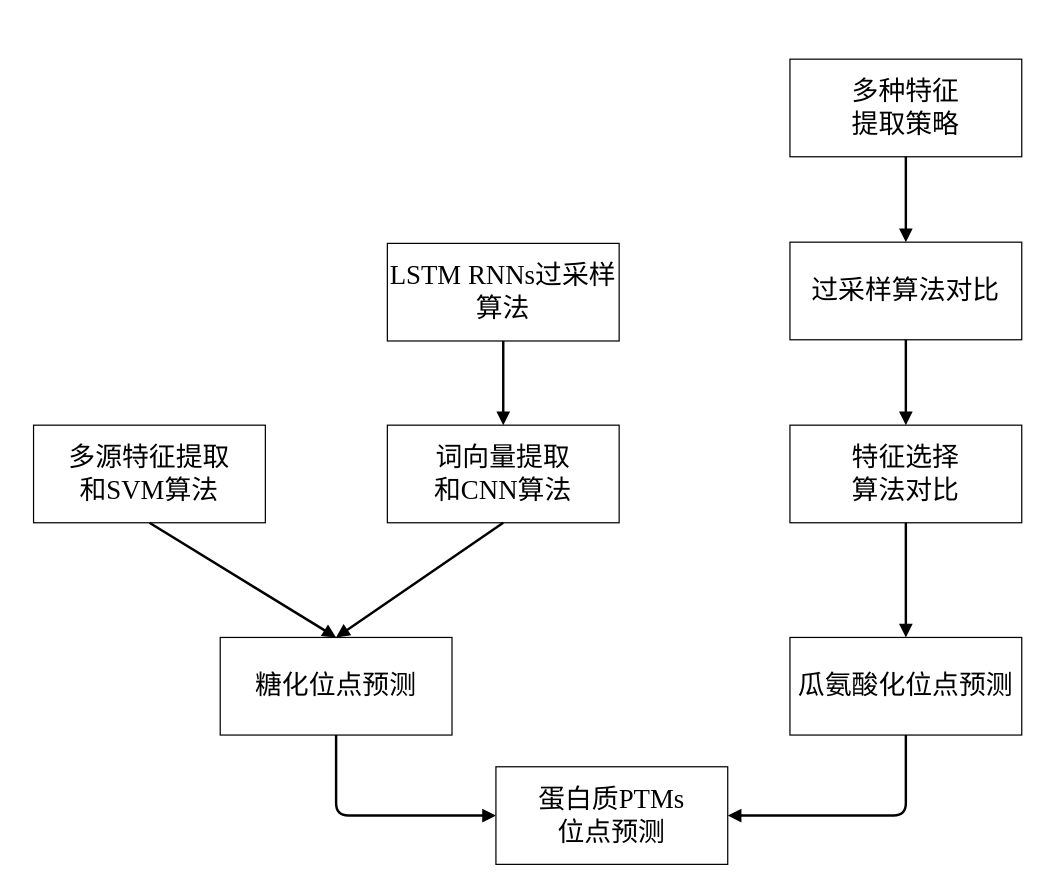
Earlier version of the draw.io diagram page "Page-4" (4 of 4) of Untitled Diagram.drawio (chenjgui/Flow-chat). Source tidied: cells renumbered, new cells numbered last; positions are measured from the earlier drawing's top-left corner, leaving out a move shared by most shapes. Both pictures are drawn from the tidied source at 122%, with x=0, y=0 at pixel (33, 59).
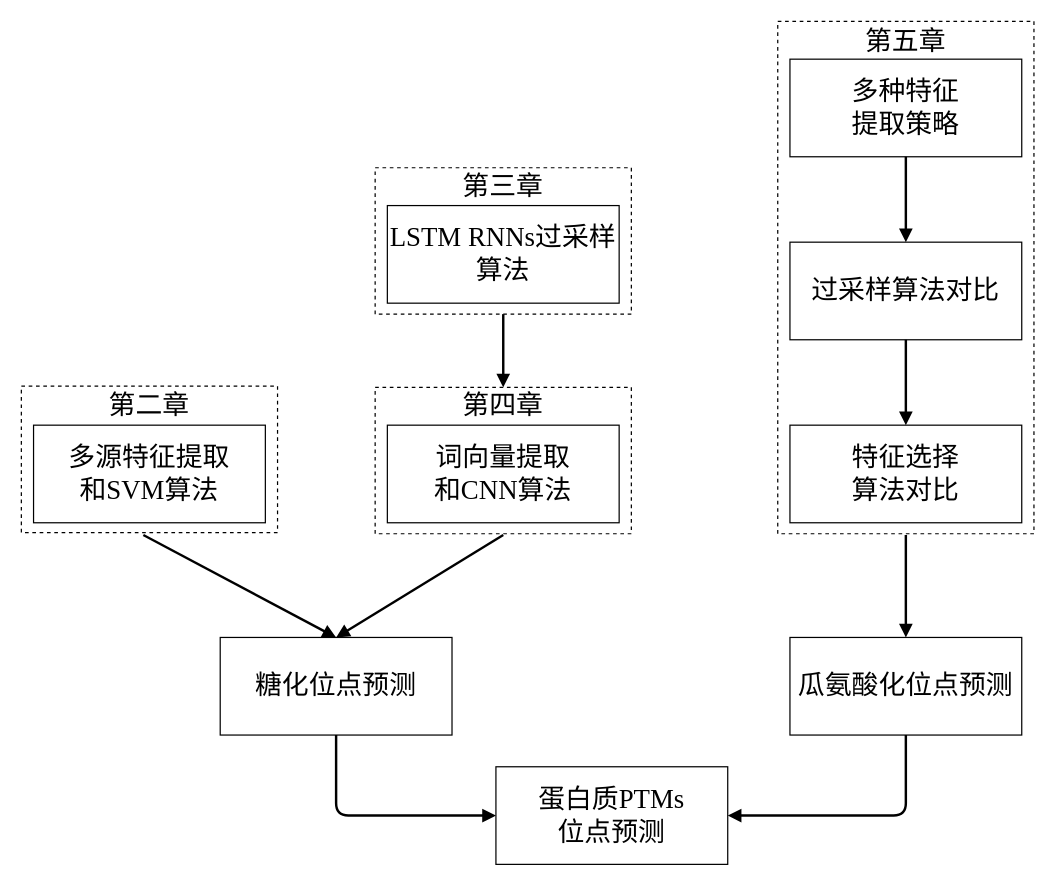
The same page after the edit.

The change refers to these unchanged cells:
```xml
<mxCell id="2" value="&lt;font style=&quot;font-size: 22px; font-weight: normal;&quot; face=&quot;宋体&quot;&gt;多源特征提取&lt;br style=&quot;font-size: 22px;&quot;&gt;和&lt;/font&gt;&lt;font style=&quot;font-size: 22px; font-weight: normal;&quot; face=&quot;Times New Roman&quot;&gt;SVM&lt;/font&gt;&lt;font style=&quot;font-size: 22px; font-weight: normal;&quot; face=&quot;宋体&quot;&gt;算法&lt;/font&gt;" style="rounded=0;whiteSpace=wrap;html=1;fillColor=none;strokeColor=#000000;strokeWidth=1;fontStyle=1;fontFamily=黑体;fontSize=22;" parent="1" vertex="1">
  <mxGeometry y="300" width="190" height="80" as="geometry" />
</mxCell>
<mxCell id="4" value="&lt;span style=&quot;font-size: 22px; font-weight: 400;&quot;&gt;&lt;font face=&quot;宋体&quot; style=&quot;font-size: 22px;&quot;&gt;词向量提取&lt;br style=&quot;font-size: 22px;&quot;&gt;和&lt;/font&gt;&lt;font face=&quot;Times New Roman&quot; style=&quot;font-size: 22px;&quot;&gt;CNN&lt;/font&gt;&lt;font face=&quot;宋体&quot; style=&quot;font-size: 22px;&quot;&gt;算法&lt;/font&gt;&lt;/span&gt;" style="rounded=0;whiteSpace=wrap;html=1;fillColor=none;strokeColor=#000000;strokeWidth=1;fontStyle=1;fontFamily=黑体;fontSize=22;" parent="1" vertex="1">
  <mxGeometry x="290" y="300" width="190" height="80" as="geometry" />
</mxCell>
<mxCell id="7" value="&lt;font face=&quot;宋体&quot; style=&quot;font-size: 22px&quot;&gt;&lt;span style=&quot;font-size: 22px ; font-weight: 400&quot;&gt;特征选择&lt;br style=&quot;font-size: 22px&quot;&gt;算法对比&lt;/span&gt;&lt;/font&gt;" style="rounded=0;whiteSpace=wrap;html=1;fillColor=none;strokeColor=#000000;strokeWidth=1;fontStyle=1;fontFamily=黑体;fontSize=22;" parent="1" vertex="1">
  <mxGeometry x="620" y="300" width="190" height="80" as="geometry" />
</mxCell>
<mxCell id="10" value="&lt;font face=&quot;宋体&quot; style=&quot;font-size: 22px;&quot;&gt;&lt;span style=&quot;font-size: 22px; font-weight: 400;&quot;&gt;糖化位点预测&lt;/span&gt;&lt;/font&gt;" style="rounded=0;whiteSpace=wrap;html=1;fillColor=none;strokeColor=#000000;strokeWidth=1;fontStyle=1;fontFamily=黑体;fontSize=22;" parent="1" vertex="1">
  <mxGeometry x="153" y="474" width="190" height="80" as="geometry" />
</mxCell>
<mxCell id="14" value="&lt;font face=&quot;宋体&quot; style=&quot;font-size: 22px&quot;&gt;&lt;span style=&quot;font-size: 22px ; font-weight: 400&quot;&gt;瓜氨酸化位点预测&lt;/span&gt;&lt;/font&gt;" style="rounded=0;whiteSpace=wrap;html=1;fillColor=none;strokeColor=#000000;strokeWidth=1;fontStyle=1;fontFamily=黑体;fontSize=22;" parent="1" vertex="1">
  <mxGeometry x="620" y="474" width="190" height="80" as="geometry" />
</mxCell>
```

Diff of the diagram source:
```diff
@@
     <mxCell id="3" value="&lt;span style=&quot;font-size: 22px; font-weight: 400;&quot;&gt;&lt;font face=&quot;Times New Roman&quot; style=&quot;font-size: 22px;&quot;&gt;LSTM RNNs&lt;/font&gt;&lt;font face=&quot;宋体&quot; style=&quot;font-size: 22px;&quot;&gt;过采样算法&lt;/font&gt;&lt;/span&gt;" style="rounded=0;whiteSpace=wrap;html=1;fillColor=none;strokeColor=#000000;strokeWidth=1;fontStyle=1;fontFamily=黑体;fontSize=22;" parent="1" vertex="1">
-      <mxGeometry x="290" y="151" width="190" height="80" as="geometry" />
+      <mxGeometry x="290" y="120" width="190" height="80" as="geometry" />
     </mxCell>
@@
-    <mxCell id="8" style="endArrow=block;html=1;exitX=0.5;exitY=1;exitDx=0;exitDy=0;entryX=0.5;entryY=0;entryDx=0;entryDy=0;strokeWidth=2;endFill=1;fontSize=22;" parent="1" edge="1" source="3" target="4">
-      <mxGeometry relative="1" as="geometry" />
+    <mxCell id="8" style="endArrow=block;html=1;entryX=0.5;entryY=0;entryDx=0;entryDy=0;strokeWidth=2;endFill=1;fontSize=22;" parent="1" edge="1">
+      <mxGeometry relative="1" as="geometry">
+        <mxPoint x="385" y="209" as="sourcePoint" />
+        <mxPoint x="385" y="269" as="targetPoint" />
+      </mxGeometry>
     </mxCell>
-    <mxCell id="9" style="endArrow=block;html=1;exitX=0.5;exitY=1;exitDx=0;exitDy=0;strokeWidth=2;endFill=1;entryX=0.5;entryY=0;entryDx=0;entryDy=0;fontSize=22;" parent="1" edge="1" source="2" target="10">
-      <mxGeometry relative="1" as="geometry" />
+    <mxCell id="9" style="endArrow=block;html=1;strokeWidth=2;endFill=1;entryX=0.5;entryY=0;entryDx=0;entryDy=0;fontSize=22;" parent="1" edge="1" target="10">
+      <mxGeometry relative="1" as="geometry">
+        <mxPoint x="90" y="390" as="sourcePoint" />
+      </mxGeometry>
     </mxCell>
@@
-    <mxCell id="11" style="endArrow=block;html=1;exitX=0.5;exitY=1;exitDx=0;exitDy=0;entryX=0.5;entryY=0;entryDx=0;entryDy=0;strokeWidth=2;endFill=1;fontSize=22;" parent="1" edge="1" source="4" target="10">
-      <mxGeometry relative="1" as="geometry" />
+    <mxCell id="11" style="endArrow=block;html=1;entryX=0.5;entryY=0;entryDx=0;entryDy=0;strokeWidth=2;endFill=1;fontSize=22;" parent="1" edge="1" target="10">
+      <mxGeometry relative="1" as="geometry">
+        <mxPoint x="385" y="390" as="sourcePoint" />
+      </mxGeometry>
     </mxCell>
@@
-    <mxCell id="15" style="endArrow=block;html=1;exitX=0.5;exitY=1;exitDx=0;exitDy=0;entryX=0.5;entryY=0;entryDx=0;entryDy=0;strokeWidth=2;endFill=1;fontSize=22;" parent="1" edge="1" source="7" target="14">
-      <mxGeometry relative="1" as="geometry" />
+    <mxCell id="15" style="endArrow=block;html=1;entryX=0.5;entryY=0;entryDx=0;entryDy=0;strokeWidth=2;endFill=1;fontSize=22;" parent="1" edge="1" target="14">
+      <mxGeometry relative="1" as="geometry">
+        <mxPoint x="715" y="390" as="sourcePoint" />
+      </mxGeometry>
     </mxCell>
@@
+    <mxCell id="19" style="endArrow=none;html=1;rounded=0;dashed=1;" parent="1" edge="1">
+      <mxGeometry relative="1" as="geometry">
+        <mxPoint x="200" y="388" as="sourcePoint" />
+        <mxPoint x="200" y="388" as="targetPoint" />
+        <Array as="points">
+          <mxPoint x="-10" y="388" />
+          <mxPoint x="-10" y="268" />
+          <mxPoint x="200" y="268" />
+        </Array>
+      </mxGeometry>
+    </mxCell>
+    <mxCell id="20" value="&lt;font face=&quot;宋体&quot; style=&quot;font-size: 22px&quot;&gt;第二章&lt;/font&gt;" style="text;html=1;strokeColor=none;fillColor=none;align=center;verticalAlign=middle;whiteSpace=wrap;rounded=0;" parent="1" vertex="1">
+      <mxGeometry x="60" y="269" width="70" height="30" as="geometry" />
+    </mxCell>
+    <mxCell id="21" style="endArrow=none;html=1;rounded=0;dashed=1;" parent="1" edge="1">
+      <mxGeometry relative="1" as="geometry">
+        <mxPoint x="490" y="209" as="sourcePoint" />
+        <mxPoint x="490" y="209" as="targetPoint" />
+        <Array as="points">
+          <mxPoint x="280" y="209" />
+          <mxPoint x="280" y="89" />
+          <mxPoint x="490" y="89" />
+        </Array>
+      </mxGeometry>
+    </mxCell>
+    <mxCell id="22" value="&lt;font face=&quot;宋体&quot; style=&quot;font-size: 22px&quot;&gt;第三章&lt;/font&gt;" style="text;html=1;strokeColor=none;fillColor=none;align=center;verticalAlign=middle;whiteSpace=wrap;rounded=0;" parent="1" vertex="1">
+      <mxGeometry x="350" y="90" width="70" height="30" as="geometry" />
+    </mxCell>
+    <mxCell id="23" style="endArrow=none;html=1;rounded=0;dashed=1;" parent="1" edge="1">
+      <mxGeometry relative="1" as="geometry">
+        <mxPoint x="490" y="389" as="sourcePoint" />
+        <mxPoint x="490" y="389" as="targetPoint" />
+        <Array as="points">
+          <mxPoint x="280" y="389" />
+          <mxPoint x="280" y="269" />
+          <mxPoint x="490" y="269" />
+        </Array>
+      </mxGeometry>
+    </mxCell>
+    <mxCell id="24" value="&lt;font face=&quot;宋体&quot; style=&quot;font-size: 22px&quot;&gt;第四章&lt;/font&gt;" style="text;html=1;strokeColor=none;fillColor=none;align=center;verticalAlign=middle;whiteSpace=wrap;rounded=0;" parent="1" vertex="1">
+      <mxGeometry x="350" y="269" width="70" height="30" as="geometry" />
+    </mxCell>
+    <mxCell id="25" style="endArrow=none;html=1;rounded=0;dashed=1;" parent="1" edge="1">
+      <mxGeometry relative="1" as="geometry">
+        <mxPoint x="820" y="389" as="sourcePoint" />
+        <mxPoint x="820" y="389" as="targetPoint" />
+        <Array as="points">
+          <mxPoint x="610" y="389" />
+          <mxPoint x="610" y="-31" />
+          <mxPoint x="820" y="-31" />
+        </Array>
+      </mxGeometry>
+    </mxCell>
+    <mxCell id="26" value="&lt;font face=&quot;宋体&quot; style=&quot;font-size: 22px&quot;&gt;第五章&lt;/font&gt;" style="text;html=1;strokeColor=none;fillColor=none;align=center;verticalAlign=middle;whiteSpace=wrap;rounded=0;" parent="1" vertex="1">
+      <mxGeometry x="680" y="-29" width="70" height="30" as="geometry" />
+    </mxCell>
```
